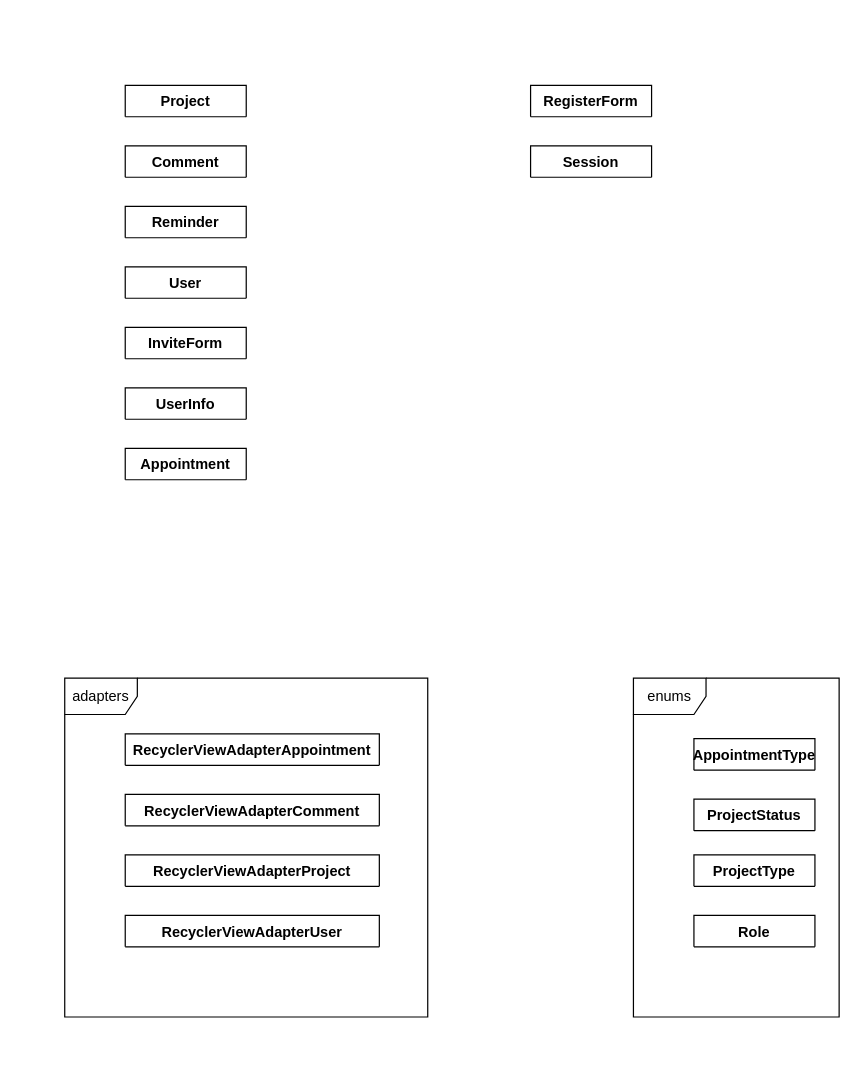
The draw.io diagram page "model" (3 of 9) of docu/DEV docu/Class Diagram.drawio in PongEqualsNPong/swp-2020, before the edit. Source tidied: cells renumbered, new cells numbered last; positions are measured from the earlier drawing's top-left corner, leaving out a move shared by most shapes. Both pictures are drawn from the tidied source at 121%, with x=0, y=0 at pixel (64, 85).
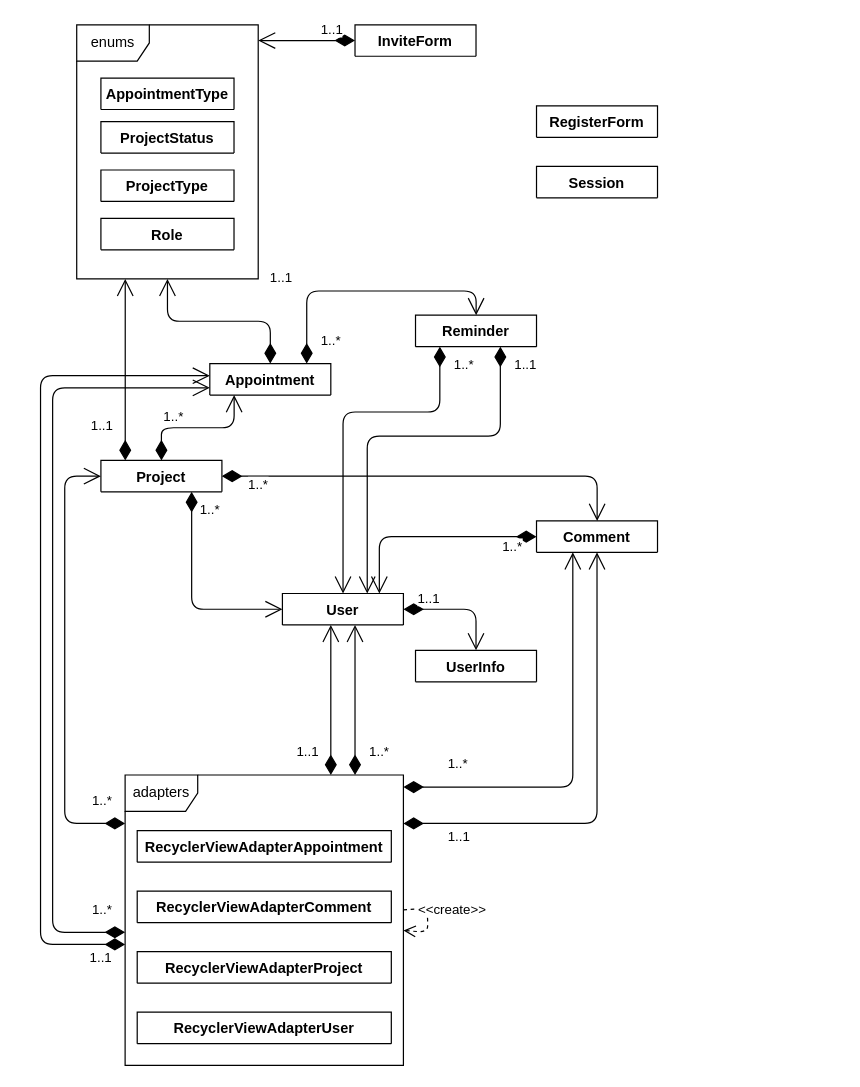
The same page after the edit.

The edit, as a diff of the source:
```diff
@@
     <mxCell id="2" value="adapters" style="shape=umlFrame;whiteSpace=wrap;html=1;" parent="1" vertex="1">
-      <mxGeometry y="490" width="300" height="280" as="geometry" />
+      <mxGeometry x="49.9" y="570" width="230" height="240" as="geometry" />
     </mxCell>
     <mxCell id="3" value="enums" style="shape=umlFrame;whiteSpace=wrap;html=1;" parent="1" vertex="1">
-      <mxGeometry x="470" y="490" width="170" height="280" as="geometry" />
+      <mxGeometry x="9.9" y="-50" width="150" height="210" as="geometry" />
     </mxCell>
-    <mxCell id="4" value="User" style="swimlane;fontStyle=1;align=center;verticalAlign=top;horizontal=1;startSize=26;" parent="1" vertex="1" collapsed="1">
-      <mxGeometry x="50" y="150" width="100" height="26" as="geometry" />
-    </mxCell>
-    <mxCell id="5" value="Comment" style="swimlane;fontStyle=1;align=center;verticalAlign=top;horizontal=1;startSize=26;" parent="1" vertex="1" collapsed="1">
-      <mxGeometry x="50" y="50" width="100" height="26" as="geometry" />
-    </mxCell>
-    <mxCell id="6" value="Reminder" style="swimlane;fontStyle=1;align=center;verticalAlign=top;horizontal=1;startSize=26;" parent="1" vertex="1" collapsed="1">
-      <mxGeometry x="50" y="100" width="100" height="26" as="geometry" />
-    </mxCell>
-    <mxCell id="7" value="InviteForm" style="swimlane;fontStyle=1;align=center;verticalAlign=top;horizontal=1;startSize=26;" parent="1" vertex="1" collapsed="1">
-      <mxGeometry x="50" y="200" width="100" height="26" as="geometry" />
-    </mxCell>
-    <mxCell id="8" value="Project" style="swimlane;fontStyle=1;align=center;verticalAlign=top;horizontal=1;startSize=26;" parent="1" vertex="1" collapsed="1">
-      <mxGeometry x="50" width="100" height="26" as="geometry" />
-    </mxCell>
-    <mxCell id="9" value="UserInfo" style="swimlane;fontStyle=1;align=center;verticalAlign=top;horizontal=1;startSize=26;" parent="1" vertex="1" collapsed="1">
-      <mxGeometry x="50" y="250" width="100" height="26" as="geometry" />
-    </mxCell>
-    <mxCell id="10" value="Appointment" style="swimlane;fontStyle=1;align=center;verticalAlign=top;horizontal=1;startSize=26;" parent="1" vertex="1" collapsed="1">
-      <mxGeometry x="50" y="300" width="100" height="26" as="geometry" />
-    </mxCell>
+    <mxCell id="21" value="1..1" style="endArrow=open;html=1;endSize=12;startArrow=diamondThin;startSize=14;startFill=1;edgeStyle=orthogonalEdgeStyle;align=left;verticalAlign=bottom;exitX=0;exitY=0.5;exitDx=0;exitDy=0;" parent="1" edge="1" source="7" target="3">
+      <mxGeometry x="0.75" y="-40" relative="1" as="geometry">
+        <Array as="points">
+          <mxPoint x="169.9" y="-37" />
+          <mxPoint x="169.9" y="-37" />
+        </Array>
+        <mxPoint x="40" y="40" as="offset" />
+      </mxGeometry>
+    </mxCell>
+    <mxCell id="22" value="1..1" style="endArrow=open;html=1;endSize=12;startArrow=diamondThin;startSize=14;startFill=1;edgeStyle=orthogonalEdgeStyle;align=left;verticalAlign=bottom;exitX=0.5;exitY=0;exitDx=0;exitDy=0;" parent="1" edge="1" source="10" target="3">
+      <mxGeometry x="-0.39" y="-11" relative="1" as="geometry">
+        <mxPoint x="10" y="-16" as="offset" />
+      </mxGeometry>
+    </mxCell>
+    <mxCell id="23" value="1..1" style="endArrow=open;html=1;endSize=12;startArrow=diamondThin;startSize=14;startFill=1;edgeStyle=orthogonalEdgeStyle;align=left;verticalAlign=bottom;" parent="1" edge="1" source="2" target="4">
+      <mxGeometry x="-0.84" y="30" relative="1" as="geometry">
+        <Array as="points">
+          <mxPoint x="219.9" y="470" />
+          <mxPoint x="219.9" y="470" />
+        </Array>
+      </mxGeometry>
+    </mxCell>
+    <mxCell id="24" value="1..*" style="endArrow=open;html=1;endSize=12;startArrow=diamondThin;startSize=14;startFill=1;edgeStyle=orthogonalEdgeStyle;align=left;verticalAlign=bottom;" parent="1" edge="1" source="10" target="6">
+      <mxGeometry x="-0.36" y="-50" relative="1" as="geometry">
+        <Array as="points">
+          <mxPoint x="200" y="170" />
+          <mxPoint x="340" y="170" />
+        </Array>
+      </mxGeometry>
+    </mxCell>
+    <mxCell id="25" value="1..1" style="endArrow=open;html=1;endSize=12;startArrow=diamondThin;startSize=14;startFill=1;edgeStyle=orthogonalEdgeStyle;align=left;verticalAlign=bottom;" parent="1" edge="1" source="6" target="4">
+      <mxGeometry x="-0.85" y="10" relative="1" as="geometry">
+        <Array as="points">
+          <mxPoint x="360" y="290" />
+          <mxPoint x="250" y="290" />
+        </Array>
+      </mxGeometry>
+    </mxCell>
+    <mxCell id="26" value="1..*" style="endArrow=open;html=1;endSize=12;startArrow=diamondThin;startSize=14;startFill=1;edgeStyle=orthogonalEdgeStyle;align=left;verticalAlign=bottom;" parent="1" edge="1" source="6" target="4">
+      <mxGeometry x="-0.83" y="10" relative="1" as="geometry">
+        <Array as="points">
+          <mxPoint x="310" y="270" />
+          <mxPoint x="230" y="270" />
+        </Array>
+      </mxGeometry>
+    </mxCell>
+    <mxCell id="27" value="1..*" style="endArrow=open;html=1;endSize=12;startArrow=diamondThin;startSize=14;startFill=1;edgeStyle=orthogonalEdgeStyle;align=left;verticalAlign=bottom;exitX=0;exitY=0.5;exitDx=0;exitDy=0;" parent="1" edge="1" source="5" target="4">
+      <mxGeometry x="0.66" y="100" relative="1" as="geometry">
+        <Array as="points">
+          <mxPoint x="260" y="373" />
+        </Array>
+      </mxGeometry>
+    </mxCell>
+    <mxCell id="28" value="1..1" style="endArrow=open;html=1;endSize=12;startArrow=diamondThin;startSize=14;startFill=1;edgeStyle=orthogonalEdgeStyle;align=left;verticalAlign=bottom;exitX=1;exitY=0.5;exitDx=0;exitDy=0;" parent="1" edge="1" source="4" target="9">
+      <mxGeometry x="-0.79" relative="1" as="geometry" />
+    </mxCell>
+    <mxCell id="29" value="1..*" style="endArrow=open;html=1;endSize=12;startArrow=diamondThin;startSize=14;startFill=1;edgeStyle=orthogonalEdgeStyle;align=left;verticalAlign=bottom;" parent="1" edge="1" source="8" target="10">
+      <mxGeometry x="-0.53" relative="1" as="geometry">
+        <Array as="points">
+          <mxPoint x="80" y="283" />
+          <mxPoint x="140" y="283" />
+        </Array>
+      </mxGeometry>
+    </mxCell>
+    <mxCell id="30" value="1..1" style="endArrow=open;html=1;endSize=12;startArrow=diamondThin;startSize=14;startFill=1;edgeStyle=orthogonalEdgeStyle;align=left;verticalAlign=bottom;" parent="1" edge="1" source="8" target="3">
+      <mxGeometry x="0.47" y="95" relative="1" as="geometry">
+        <Array as="points">
+          <mxPoint x="50" y="200" />
+          <mxPoint x="50" y="200" />
+        </Array>
+        <mxPoint x="65" y="90" as="offset" />
+      </mxGeometry>
+    </mxCell>
+    <mxCell id="31" value="1..*" style="endArrow=open;html=1;endSize=12;startArrow=diamondThin;startSize=14;startFill=1;edgeStyle=orthogonalEdgeStyle;align=left;verticalAlign=bottom;exitX=0.75;exitY=1;exitDx=0;exitDy=0;" parent="1" edge="1" source="8" target="4">
+      <mxGeometry x="-0.72" y="5" relative="1" as="geometry">
+        <Array as="points">
+          <mxPoint x="105" y="433" />
+        </Array>
+      </mxGeometry>
+    </mxCell>
+    <mxCell id="32" value="1..*" style="endArrow=open;html=1;endSize=12;startArrow=diamondThin;startSize=14;startFill=1;edgeStyle=orthogonalEdgeStyle;align=left;verticalAlign=bottom;exitX=1;exitY=0.5;exitDx=0;exitDy=0;" parent="1" edge="1" source="8" target="5">
+      <mxGeometry x="0.88" y="-290" relative="1" as="geometry">
+        <Array as="points">
+          <mxPoint x="440" y="323" />
+        </Array>
+      </mxGeometry>
+    </mxCell>
+    <mxCell id="33" value="1..*" style="endArrow=open;html=1;endSize=12;startArrow=diamondThin;startSize=14;startFill=1;edgeStyle=orthogonalEdgeStyle;align=left;verticalAlign=bottom;" parent="1" edge="1" source="2" target="4">
+      <mxGeometry x="-0.84" y="-10" relative="1" as="geometry">
+        <Array as="points">
+          <mxPoint x="239.9" y="450" />
+          <mxPoint x="239.9" y="450" />
+        </Array>
+      </mxGeometry>
+    </mxCell>
+    <mxCell id="34" value="1..1" style="endArrow=open;html=1;endSize=12;startArrow=diamondThin;startSize=14;startFill=1;edgeStyle=orthogonalEdgeStyle;align=left;verticalAlign=bottom;" parent="1" edge="1" source="2" target="10">
+      <mxGeometry x="-0.91" y="20" relative="1" as="geometry">
+        <Array as="points">
+          <mxPoint x="-20" y="710" />
+          <mxPoint x="-20" y="240" />
+        </Array>
+      </mxGeometry>
+    </mxCell>
+    <mxCell id="35" value="1..*" style="endArrow=open;html=1;endSize=12;startArrow=diamondThin;startSize=14;startFill=1;edgeStyle=orthogonalEdgeStyle;align=left;verticalAlign=bottom;" parent="1" edge="1" source="2" target="10">
+      <mxGeometry x="-0.91" y="-10" relative="1" as="geometry">
+        <Array as="points">
+          <mxPoint x="-10" y="700" />
+          <mxPoint x="-10" y="250" />
+        </Array>
+      </mxGeometry>
+    </mxCell>
+    <mxCell id="36" value="1..1" style="endArrow=open;html=1;endSize=12;startArrow=diamondThin;startSize=14;startFill=1;edgeStyle=orthogonalEdgeStyle;align=left;verticalAlign=bottom;" parent="1" edge="1" source="2" target="5">
+      <mxGeometry x="-0.82" y="-20" relative="1" as="geometry">
+        <Array as="points">
+          <mxPoint x="439.9" y="610" />
+        </Array>
+      </mxGeometry>
+    </mxCell>
+    <mxCell id="37" value="1..*" style="endArrow=open;html=1;endSize=12;startArrow=diamondThin;startSize=14;startFill=1;edgeStyle=orthogonalEdgeStyle;align=left;verticalAlign=bottom;" parent="1" edge="1" source="2" target="5">
+      <mxGeometry x="-0.79" y="10" relative="1" as="geometry">
+        <Array as="points">
+          <mxPoint x="419.9" y="580" />
+        </Array>
+      </mxGeometry>
+    </mxCell>
+    <mxCell id="38" value="1..*" style="endArrow=open;html=1;endSize=12;startArrow=diamondThin;startSize=14;startFill=1;edgeStyle=orthogonalEdgeStyle;align=left;verticalAlign=bottom;" parent="1" edge="1" source="2" target="8">
+      <mxGeometry x="-0.84" y="-10" relative="1" as="geometry">
+        <Array as="points">
+          <mxPoint y="610" />
+          <mxPoint y="323" />
+        </Array>
+      </mxGeometry>
+    </mxCell>
+    <mxCell id="39" value="&amp;lt;&amp;lt;create&amp;gt;&amp;gt;" style="html=1;verticalAlign=bottom;endArrow=open;dashed=1;endSize=8;" parent="1" edge="1" source="2" target="2">
+      <mxGeometry x="0.33" y="-22" relative="1" as="geometry">
+        <mxPoint x="18" y="12" as="offset" />
+      </mxGeometry>
+    </mxCell>
+    <mxCell id="12" value="ProjectStatus" style="swimlane;fontStyle=1;align=center;verticalAlign=top;horizontal=1;startSize=26;" parent="1" vertex="1" collapsed="1">
+      <mxGeometry x="29.9" y="30" width="110" height="26" as="geometry" />
+    </mxCell>
     <mxCell id="11" value="AppointmentType" style="swimlane;fontStyle=1;align=center;verticalAlign=top;horizontal=1;startSize=26;" parent="1" vertex="1" collapsed="1">
-      <mxGeometry x="520" y="540" width="100" height="26" as="geometry" />
+      <mxGeometry x="29.9" y="-6" width="110" height="26" as="geometry" />
     </mxCell>
-    <mxCell id="12" value="ProjectStatus" style="swimlane;fontStyle=1;align=center;verticalAlign=top;horizontal=1;startSize=26;" parent="1" vertex="1" collapsed="1">
-      <mxGeometry x="520" y="590" width="100" height="26" as="geometry" />
-    </mxCell>
     <mxCell id="13" value="ProjectType" style="swimlane;fontStyle=1;align=center;verticalAlign=top;horizontal=1;startSize=26;" parent="1" vertex="1" collapsed="1">
-      <mxGeometry x="520" y="636" width="100" height="26" as="geometry" />
+      <mxGeometry x="29.9" y="70" width="110" height="26" as="geometry" />
     </mxCell>
     <mxCell id="14" value="Role" style="swimlane;fontStyle=1;align=center;verticalAlign=top;horizontal=1;startSize=26;" parent="1" vertex="1" collapsed="1">
-      <mxGeometry x="520" y="686" width="100" height="26" as="geometry" />
+      <mxGeometry x="29.9" y="110" width="110" height="26" as="geometry" />
     </mxCell>
+    <mxCell id="7" value="InviteForm" style="swimlane;fontStyle=1;align=center;verticalAlign=top;horizontal=1;startSize=26;" parent="1" vertex="1" collapsed="1">
+      <mxGeometry x="239.9" y="-50" width="100" height="26" as="geometry" />
+    </mxCell>
+    <mxCell id="6" value="Reminder" style="swimlane;fontStyle=1;align=center;verticalAlign=top;horizontal=1;startSize=26;" parent="1" vertex="1" collapsed="1">
+      <mxGeometry x="289.9" y="190" width="100" height="26" as="geometry" />
+    </mxCell>
+    <mxCell id="10" value="Appointment" style="swimlane;fontStyle=1;align=center;verticalAlign=top;horizontal=1;startSize=26;" parent="1" vertex="1" collapsed="1">
+      <mxGeometry x="119.9" y="230" width="100" height="26" as="geometry" />
+    </mxCell>
     <mxCell id="15" value="RecyclerViewAdapterAppointment" style="swimlane;fontStyle=1;align=center;verticalAlign=top;horizontal=1;startSize=26;" parent="1" vertex="1" collapsed="1">
-      <mxGeometry x="50" y="536" width="210" height="26" as="geometry" />
+      <mxGeometry x="59.9" y="616" width="210" height="26" as="geometry" />
     </mxCell>
     <mxCell id="16" value="RecyclerViewAdapterComment" style="swimlane;fontStyle=1;align=center;verticalAlign=top;horizontal=1;startSize=26;" parent="1" vertex="1" collapsed="1">
-      <mxGeometry x="50" y="586" width="210" height="26" as="geometry" />
+      <mxGeometry x="59.9" y="666" width="210" height="26" as="geometry" />
     </mxCell>
     <mxCell id="17" value="RecyclerViewAdapterProject" style="swimlane;fontStyle=1;align=center;verticalAlign=top;horizontal=1;startSize=26;" parent="1" vertex="1" collapsed="1">
-      <mxGeometry x="50" y="636" width="210" height="26" as="geometry" />
+      <mxGeometry x="59.9" y="716" width="210" height="26" as="geometry" />
     </mxCell>
     <mxCell id="18" value="RecyclerViewAdapterUser" style="swimlane;fontStyle=1;align=center;verticalAlign=top;horizontal=1;startSize=26;" parent="1" vertex="1" collapsed="1">
-      <mxGeometry x="50" y="686" width="210" height="26" as="geometry" />
+      <mxGeometry x="59.9" y="766" width="210" height="26" as="geometry" />
     </mxCell>
+    <mxCell id="8" value="Project" style="swimlane;fontStyle=1;align=center;verticalAlign=top;horizontal=1;startSize=26;" parent="1" vertex="1" collapsed="1">
+      <mxGeometry x="29.9" y="310" width="100" height="26" as="geometry" />
+    </mxCell>
+    <mxCell id="4" value="User" style="swimlane;fontStyle=1;align=center;verticalAlign=top;horizontal=1;startSize=26;" parent="1" vertex="1" collapsed="1">
+      <mxGeometry x="179.9" y="420" width="100" height="26" as="geometry" />
+    </mxCell>
+    <mxCell id="5" value="Comment" style="swimlane;fontStyle=1;align=center;verticalAlign=top;horizontal=1;startSize=26;" parent="1" vertex="1" collapsed="1">
+      <mxGeometry x="389.9" y="360" width="100" height="26" as="geometry" />
+    </mxCell>
+    <mxCell id="9" value="UserInfo" style="swimlane;fontStyle=1;align=center;verticalAlign=top;horizontal=1;startSize=26;" parent="1" vertex="1" collapsed="1">
+      <mxGeometry x="289.9" y="467" width="100" height="26" as="geometry" />
+    </mxCell>
     <mxCell id="19" value="RegisterForm" style="swimlane;fontStyle=1;align=center;verticalAlign=top;horizontal=1;startSize=26;" parent="1" vertex="1" collapsed="1">
-      <mxGeometry x="385" width="100" height="26" as="geometry" />
+      <mxGeometry x="389.9" y="17" width="100" height="26" as="geometry" />
     </mxCell>
     <mxCell id="20" value="Session" style="swimlane;fontStyle=1;align=center;verticalAlign=top;horizontal=1;startSize=26;" parent="1" vertex="1" collapsed="1">
-      <mxGeometry x="385" y="50" width="100" height="26" as="geometry" />
+      <mxGeometry x="389.9" y="67" width="100" height="26" as="geometry" />
     </mxCell>
```
